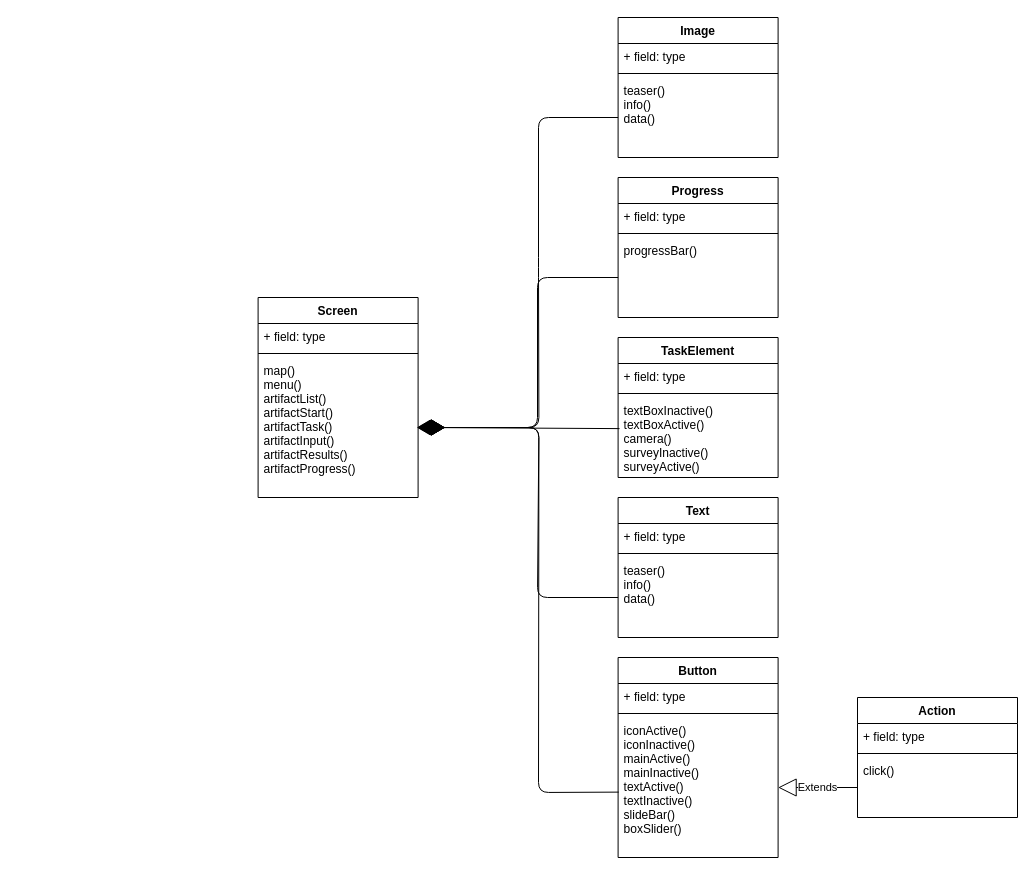
Before: diagrams/klassendiagram.drawio in jesnay/Pionear_Frontend, a draw.io diagram. Source tidied: cells renumbered, new cells numbered last; positions are measured from the earlier drawing's top-left corner, leaving out a move shared by most shapes. Both pictures are drawn from the tidied source at 100%, with x=0, y=0 at pixel (258, 17).
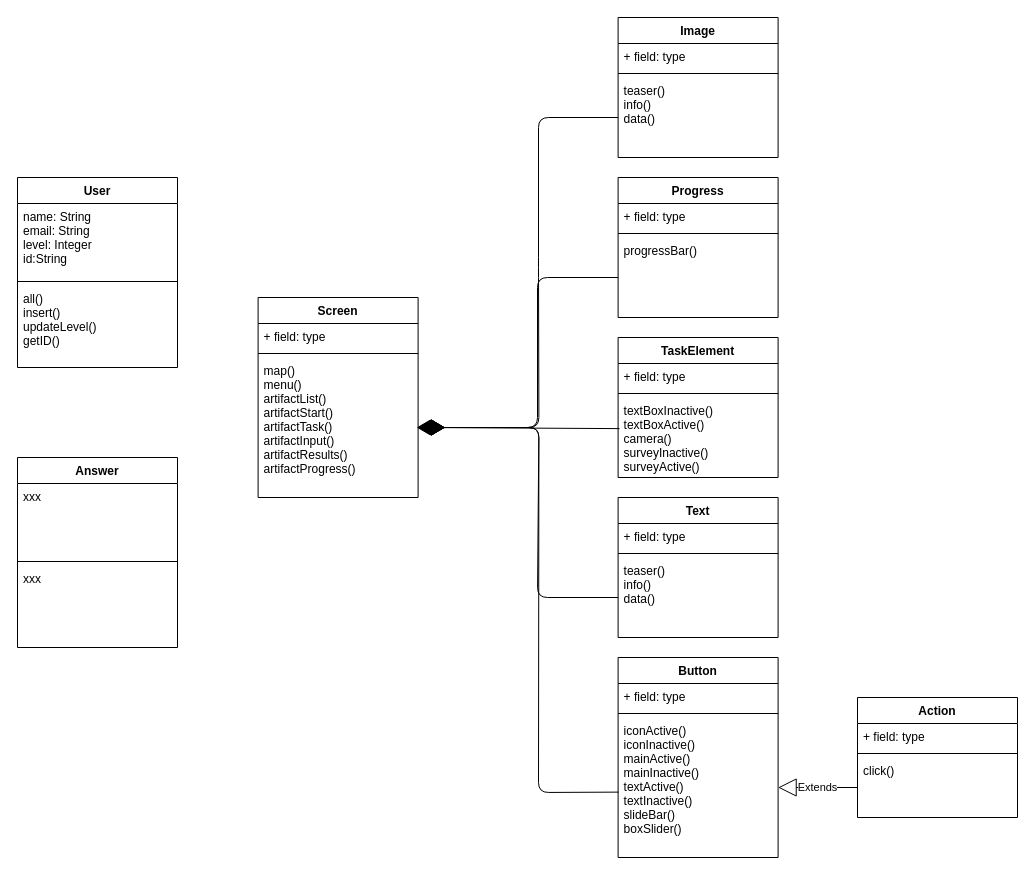
After the change.

The edit, as a diff of the source:
```diff
@@
+    <mxCell id="36" value="User" style="swimlane;fontStyle=1;align=center;verticalAlign=top;horizontal=1;startSize=26;" parent="1" vertex="1">
+      <mxGeometry x="-241" y="160" width="160" height="190" as="geometry" />
+    </mxCell>
+    <mxCell id="37" value="name: String&#10;email: String&#10;level: Integer&#10;id:String" style="text;strokeColor=none;fillColor=none;align=left;verticalAlign=top;spacingLeft=4;spacingRight=4;overflow=hidden;" parent="36" vertex="1">
+      <mxGeometry y="26" width="160" height="74" as="geometry" />
+    </mxCell>
+    <mxCell id="38" style="line;strokeWidth=1;fillColor=none;align=left;verticalAlign=middle;spacingTop=-1;spacingLeft=3;spacingRight=3;labelPosition=right;" parent="36" vertex="1">
+      <mxGeometry y="100" width="160" height="8" as="geometry" />
+    </mxCell>
+    <mxCell id="39" value="all()&#10;insert()&#10;updateLevel()&#10;getID()" style="text;strokeColor=none;fillColor=none;align=left;verticalAlign=top;spacingLeft=4;spacingRight=4;overflow=hidden;" parent="36" vertex="1">
+      <mxGeometry y="108" width="160" height="82" as="geometry" />
+    </mxCell>
+    <mxCell id="40" value="Answer" style="swimlane;fontStyle=1;align=center;verticalAlign=top;horizontal=1;startSize=26;" parent="1" vertex="1">
+      <mxGeometry x="-241" y="440" width="160" height="190" as="geometry" />
+    </mxCell>
+    <mxCell id="41" value="xxx" style="text;strokeColor=none;fillColor=none;align=left;verticalAlign=top;spacingLeft=4;spacingRight=4;overflow=hidden;" parent="40" vertex="1">
+      <mxGeometry y="26" width="160" height="74" as="geometry" />
+    </mxCell>
+    <mxCell id="42" style="line;strokeWidth=1;fillColor=none;align=left;verticalAlign=middle;spacingTop=-1;spacingLeft=3;spacingRight=3;labelPosition=right;" parent="40" vertex="1">
+      <mxGeometry y="100" width="160" height="8" as="geometry" />
+    </mxCell>
+    <mxCell id="43" value="xxx" style="text;strokeColor=none;fillColor=none;align=left;verticalAlign=top;spacingLeft=4;spacingRight=4;overflow=hidden;" parent="40" vertex="1">
+      <mxGeometry y="108" width="160" height="82" as="geometry" />
+    </mxCell>
```
